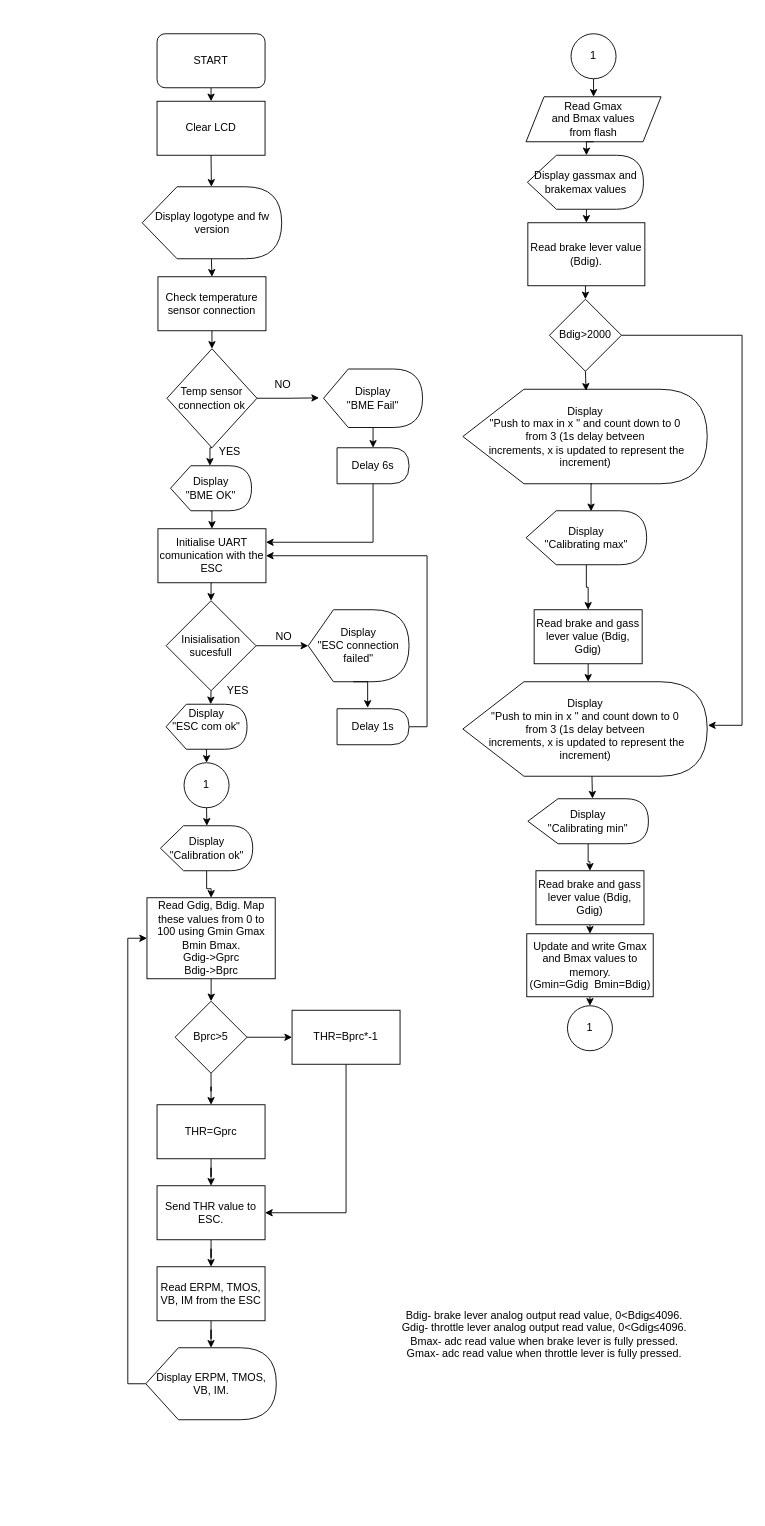
This is Diagram/Scooter UI.drawio from astra404/blockdiagram, a draw.io file, before an edit. Source tidied: cells renumbered, new cells numbered last; positions are measured from the earlier drawing's top-left corner, leaving out a move shared by most shapes. Both pictures are drawn from the tidied source at 90%, with x=0, y=0 at pixel (142, 33).
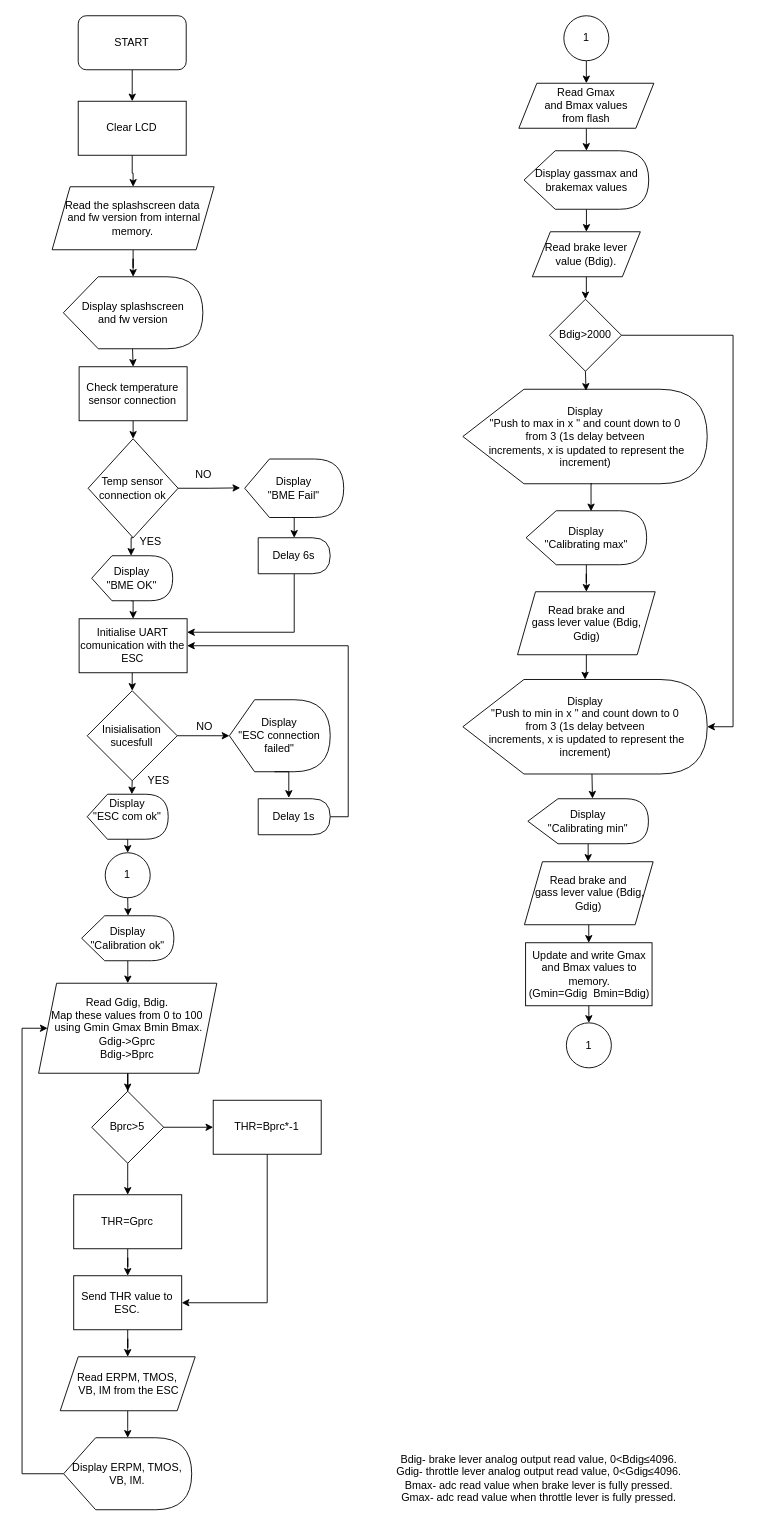
The same page after the edit.

The change refers to these unchanged cells:
```xml
<mxCell id="32" value="Bdig&amp;gt;2000" style="rhombus;whiteSpace=wrap;html=1;" parent="1" vertex="1">
  <mxGeometry x="452" y="295" width="80" height="80" as="geometry" />
</mxCell>
<mxCell id="37" value="&lt;div&gt;Display&lt;/div&gt;&lt;div&gt;&quot;Calibrating max&quot;&lt;br&gt;&lt;/div&gt;" style="shape=display;whiteSpace=wrap;html=1;" parent="1" vertex="1">
  <mxGeometry x="426" y="530" width="134" height="60" as="geometry" />
</mxCell>
<mxCell id="44" value="&lt;div&gt;Display&lt;/div&gt;&lt;div&gt;&quot;Calibrating min&quot;&lt;br&gt;&lt;/div&gt;" style="shape=display;whiteSpace=wrap;html=1;" parent="1" vertex="1">
  <mxGeometry x="428" y="850" width="134" height="50" as="geometry" />
</mxCell>
```

The edit, as a diff of the source:
```diff
@@
     <mxCell id="3" value="START" style="rounded=1;whiteSpace=wrap;html=1;" parent="1" vertex="1">
-      <mxGeometry x="16" width="120" height="60" as="geometry" />
+      <mxGeometry x="-71.6" y="-20" width="120" height="60" as="geometry" />
     </mxCell>
+    <mxCell id="80" style="edgeStyle=orthogonalEdgeStyle;rounded=0;jettySize=auto;html=1;" parent="1" edge="1" source="4" target="84">
+      <mxGeometry relative="1" as="geometry" />
+    </mxCell>
     <mxCell id="4" value="Clear LCD" style="rounded=0;whiteSpace=wrap;html=1;" parent="1" vertex="1">
-      <mxGeometry x="16" y="75" width="120" height="60" as="geometry" />
+      <mxGeometry x="-71.6" y="75" width="120" height="60" as="geometry" />
     </mxCell>
@@
     <mxCell id="6" value="Check temperature sensor connection" style="rounded=0;whiteSpace=wrap;html=1;" parent="1" vertex="1">
-      <mxGeometry x="17" y="270" width="120" height="60" as="geometry" />
+      <mxGeometry x="-70.6" y="370" width="120" height="60" as="geometry" />
     </mxCell>
     <mxCell id="7" style="edgeStyle=orthogonalEdgeStyle;rounded=0;jettySize=auto;html=1;exitX=1;exitY=0.5;exitDx=0;exitDy=0;" parent="1" edge="1" source="8">
       <mxGeometry relative="1" as="geometry">
-        <mxPoint x="196" y="404.6" as="targetPoint" />
+        <mxPoint x="108.4" y="504.6" as="targetPoint" />
       </mxGeometry>
     </mxCell>
     <mxCell id="8" value="Temp sensor connection ok" style="rhombus;whiteSpace=wrap;html=1;" parent="1" vertex="1">
-      <mxGeometry x="27" y="350" width="100" height="110" as="geometry" />
+      <mxGeometry x="-60.6" y="450" width="100" height="110" as="geometry" />
     </mxCell>
@@
-    <mxCell id="10" value="Display logotype and fw version" style="shape=display;whiteSpace=wrap;html=1;" parent="1" vertex="1">
-      <mxGeometry x="-0.5" y="170" width="155" height="80" as="geometry" />
+    <mxCell id="10" value="&lt;div&gt;Display splashscreen &lt;br&gt;&lt;/div&gt;&lt;div&gt;and fw version&lt;/div&gt;" style="shape=display;whiteSpace=wrap;html=1;" parent="1" vertex="1">
+      <mxGeometry x="-88.1" y="270" width="155" height="80" as="geometry" />
     </mxCell>
@@
     <mxCell id="12" value="&lt;div&gt;Display &lt;br&gt;&lt;/div&gt;&lt;div&gt;&quot;BME Fail&quot;&lt;/div&gt;" style="shape=display;whiteSpace=wrap;html=1;" parent="1" vertex="1">
-      <mxGeometry x="201" y="372.5" width="110" height="65" as="geometry" />
+      <mxGeometry x="113.4" y="472.5" width="110" height="65" as="geometry" />
     </mxCell>
@@
     <mxCell id="14" value="Delay 6s" style="shape=delay;whiteSpace=wrap;html=1;" parent="1" vertex="1">
-      <mxGeometry x="216" y="460" width="80" height="40" as="geometry" />
+      <mxGeometry x="128.4" y="560" width="80" height="40" as="geometry" />
     </mxCell>
@@
     <mxCell id="16" value="&lt;br&gt;&lt;div&gt;Display &lt;br&gt;&lt;/div&gt;&lt;div&gt;&quot;BME OK&quot;&lt;/div&gt;&lt;div&gt;&lt;br/&gt;&lt;/div&gt;" style="shape=display;whiteSpace=wrap;html=1;" parent="1" vertex="1">
-      <mxGeometry x="31" y="480" width="90" height="50" as="geometry" />
+      <mxGeometry x="-56.6" y="580" width="90" height="50" as="geometry" />
     </mxCell>
@@
     <mxCell id="18" value="Initialise UART comunication with the ESC" style="rounded=0;whiteSpace=wrap;html=1;" parent="1" vertex="1">
-      <mxGeometry x="17" y="550" width="120" height="60" as="geometry" />
+      <mxGeometry x="-70.6" y="650" width="120" height="60" as="geometry" />
     </mxCell>
     <mxCell id="19" value="Inisialisation sucesfull" style="rhombus;whiteSpace=wrap;html=1;" parent="1" vertex="1">
-      <mxGeometry x="26" y="630" width="100" height="100" as="geometry" />
+      <mxGeometry x="-61.6" y="730" width="100" height="100" as="geometry" />
     </mxCell>
     <mxCell id="20" value="&lt;div&gt;Display &lt;br&gt;&lt;/div&gt;&lt;div&gt;&quot;ESC connection failed&quot;&lt;/div&gt;" style="shape=display;whiteSpace=wrap;html=1;" parent="1" vertex="1">
-      <mxGeometry x="184" y="640" width="112" height="80" as="geometry" />
+      <mxGeometry x="96.4" y="740" width="112" height="80" as="geometry" />
     </mxCell>
@@
     <mxCell id="22" value="Delay 1s" style="shape=delay;whiteSpace=wrap;html=1;" parent="1" vertex="1">
-      <mxGeometry x="216" y="750" width="80" height="40" as="geometry" />
+      <mxGeometry x="128.4" y="850" width="80" height="40" as="geometry" />
     </mxCell>
@@
     <mxCell id="24" value="&lt;br&gt;&lt;div&gt;Display &lt;br&gt;&lt;/div&gt;&lt;div&gt;&quot;ESC com ok&quot;&lt;/div&gt;&lt;div&gt;&lt;br&gt;&lt;br&gt;&lt;/div&gt;" style="shape=display;whiteSpace=wrap;html=1;" parent="1" vertex="1">
-      <mxGeometry x="26" y="745" width="90" height="50" as="geometry" />
+      <mxGeometry x="-61.6" y="845" width="90" height="50" as="geometry" />
     </mxCell>
+    <mxCell id="61" style="edgeStyle=orthogonalEdgeStyle;rounded=0;jettySize=auto;html=1;" parent="1" edge="1" source="25" target="27">
+      <mxGeometry relative="1" as="geometry" />
+    </mxCell>
     <mxCell id="25" value="&lt;div&gt;Read Gmax &lt;br&gt;&lt;/div&gt;&lt;div&gt;and Bmax values &lt;br&gt;&lt;/div&gt;&lt;div&gt;from flash&lt;/div&gt;" style="shape=parallelogram;perimeter=parallelogramPerimeter;whiteSpace=wrap;html=1;fixedSize=1;" parent="1" vertex="1">
-      <mxGeometry x="426" y="70" width="150" height="50" as="geometry" />
+      <mxGeometry x="418" y="55" width="150" height="50" as="geometry" />
     </mxCell>
-    <mxCell id="26" style="edgeStyle=orthogonalEdgeStyle;rounded=0;jettySize=auto;html=1;exitX=0;exitY=0;exitDx=65.625;exitDy=60;exitPerimeter=0;entryX=0.5;entryY=0;entryDx=0;entryDy=0;" parent="1" edge="1" source="27" target="29">
+    <mxCell id="26" style="edgeStyle=orthogonalEdgeStyle;rounded=0;jettySize=auto;html=1;" parent="1" edge="1" source="27" target="29">
       <mxGeometry relative="1" as="geometry" />
     </mxCell>
     <mxCell id="27" value="Display gassmax and brakemax values " style="shape=display;whiteSpace=wrap;html=1;" parent="1" vertex="1">
-      <mxGeometry x="427.5" y="135" width="129" height="60" as="geometry" />
+      <mxGeometry x="423.8" y="130" width="138.5" height="65" as="geometry" />
     </mxCell>
-    <mxCell id="28" style="edgeStyle=orthogonalEdgeStyle;rounded=0;jettySize=auto;html=1;exitX=0.5;exitY=1;exitDx=0;exitDy=0;entryX=0.5;entryY=0;entryDx=0;entryDy=0;" parent="1" edge="1" source="29" target="32">
-      <mxGeometry relative="1" as="geometry" />
-    </mxCell>
-    <mxCell id="29" value="Read brake lever value (Bdig)." style="rounded=0;whiteSpace=wrap;html=1;" parent="1" vertex="1">
-      <mxGeometry x="428" y="210" width="130" height="70" as="geometry" />
-    </mxCell>
     <mxCell id="30" value="&lt;div&gt;Bdig- brake lever analog output read value, 0&amp;lt;Bdig≤&lt;span class=&quot;ILfuVd&quot; lang=&quot;en&quot;&gt;4096&lt;/span&gt;.&lt;/div&gt;&lt;div&gt;Gdig- throttle lever analog output read value, 0&amp;lt;Gdig≤4096.&lt;/div&gt;&lt;div&gt;Bmax- adc read value when brake lever is fully pressed.&lt;/div&gt;&lt;div&gt;Gmax- adc read value when throttle lever is fully pressed.&lt;/div&gt;" style="text;html=1;align=center;verticalAlign=middle;strokeColor=none;fillColor=none;" parent="1" vertex="1">
-      <mxGeometry x="276" y="1410" width="340" height="70" as="geometry" />
+      <mxGeometry x="270" y="1570" width="340" height="70" as="geometry" />
     </mxCell>
-    <mxCell id="31" style="edgeStyle=orthogonalEdgeStyle;rounded=0;jettySize=auto;html=1;exitX=1;exitY=0.5;exitDx=0;exitDy=0;entryX=1.003;entryY=0.461;entryDx=0;entryDy=0;entryPerimeter=0;" parent="1" edge="1" source="32" target="42">
-      <mxGeometry relative="1" as="geometry">
-        <Array as="points">
-          <mxPoint x="666" y="335" />
-          <mxPoint x="666" y="768" />
-        </Array>
-      </mxGeometry>
-    </mxCell>
@@
     <mxCell id="35" value="1" style="ellipse;whiteSpace=wrap;html=1;" parent="1" vertex="1">
-      <mxGeometry x="476" width="50" height="50" as="geometry" />
+      <mxGeometry x="468" y="-20" width="50" height="50" as="geometry" />
     </mxCell>
-    <mxCell id="36" style="edgeStyle=orthogonalEdgeStyle;rounded=0;jettySize=auto;html=1;" parent="1" edge="1" source="37" target="39">
-      <mxGeometry relative="1" as="geometry" />
-    </mxCell>
+    <mxCell id="81" style="edgeStyle=orthogonalEdgeStyle;rounded=0;jettySize=auto;html=1;" parent="1" edge="1" source="37" target="86">
+      <mxGeometry relative="1" as="geometry" />
+    </mxCell>
@@
-    <mxCell id="38" style="edgeStyle=orthogonalEdgeStyle;rounded=0;jettySize=auto;html=1;" parent="1" edge="1" source="39" target="42">
-      <mxGeometry relative="1" as="geometry">
-        <Array as="points">
-          <mxPoint x="496" y="700" />
-          <mxPoint x="496" y="700" />
-        </Array>
-      </mxGeometry>
-    </mxCell>
-    <mxCell id="39" value="Read brake and gass lever value (Bdig, Gdig)" style="rounded=0;whiteSpace=wrap;html=1;" parent="1" vertex="1">
-      <mxGeometry x="435" y="640" width="120" height="60" as="geometry" />
-    </mxCell>
@@
     <mxCell id="41" value="&lt;div&gt;Update and write Gmax and Bmax values to memory.&lt;/div&gt;&lt;div&gt;(Gmin=Gdig&amp;nbsp; Bmin=Bdig)&lt;br&gt;&lt;/div&gt;" style="rounded=0;whiteSpace=wrap;html=1;" parent="1" vertex="1">
-      <mxGeometry x="426.8" y="1000" width="140.5" height="70" as="geometry" />
+      <mxGeometry x="425.5" y="1010" width="140.5" height="70" as="geometry" />
     </mxCell>
     <mxCell id="42" value="&lt;div&gt;Display &lt;br&gt;&lt;/div&gt;&lt;div&gt;&quot;Push to min in x &quot; and count down to 0 &lt;br&gt;&lt;/div&gt;&lt;div&gt;from 3 (1s delay betveen&lt;/div&gt;&lt;div&gt;&amp;nbsp;increments, x is updated to represent the increment)&lt;/div&gt;" style="shape=display;whiteSpace=wrap;html=1;" parent="1" vertex="1">
-      <mxGeometry x="355.8" y="720" width="271.5" height="105" as="geometry" />
+      <mxGeometry x="355.8" y="717.5" width="271.5" height="105" as="geometry" />
     </mxCell>
-    <mxCell id="43" style="edgeStyle=orthogonalEdgeStyle;rounded=0;jettySize=auto;html=1;" parent="1" edge="1" source="44" target="46">
-      <mxGeometry relative="1" as="geometry" />
-    </mxCell>
+    <mxCell id="82" style="edgeStyle=orthogonalEdgeStyle;rounded=0;jettySize=auto;html=1;" parent="1" edge="1" source="44" target="88">
+      <mxGeometry relative="1" as="geometry" />
+    </mxCell>
@@
-    <mxCell id="45" style="edgeStyle=orthogonalEdgeStyle;rounded=0;jettySize=auto;html=1;exitX=0.5;exitY=1;exitDx=0;exitDy=0;entryX=0.5;entryY=0;entryDx=0;entryDy=0;" parent="1" edge="1" source="46" target="41">
-      <mxGeometry relative="1" as="geometry" />
-    </mxCell>
-    <mxCell id="46" value="Read brake and gass lever value (Bdig, Gdig)" style="rounded=0;whiteSpace=wrap;html=1;" parent="1" vertex="1">
-      <mxGeometry x="437" y="930" width="120" height="60" as="geometry" />
-    </mxCell>
     <mxCell id="47" value="1" style="ellipse;whiteSpace=wrap;html=1;" parent="1" vertex="1">
-      <mxGeometry x="472" y="1080" width="50" height="50" as="geometry" />
+      <mxGeometry x="470.8" y="1099" width="50" height="50" as="geometry" />
     </mxCell>
     <mxCell id="48" value="1" style="ellipse;whiteSpace=wrap;html=1;" parent="1" vertex="1">
-      <mxGeometry x="46" y="810" width="50" height="50" as="geometry" />
+      <mxGeometry x="-41.6" y="910" width="50" height="50" as="geometry" />
     </mxCell>
@@
     <mxCell id="50" value="Display &quot;Calibration ok&quot;" style="shape=display;whiteSpace=wrap;html=1;" parent="1" vertex="1">
-      <mxGeometry x="19.8" y="880" width="102.5" height="50" as="geometry" />
+      <mxGeometry x="-67.8" y="980" width="102.5" height="50" as="geometry" />
     </mxCell>
-    <mxCell id="51" style="edgeStyle=orthogonalEdgeStyle;rounded=0;jettySize=auto;html=1;exitX=0.5;exitY=1;exitDx=0;exitDy=0;entryX=0;entryY=0;entryDx=76.875;entryDy=0;entryPerimeter=0;" parent="1" edge="1" source="4" target="10">
-      <mxGeometry relative="1" as="geometry" />
-    </mxCell>
@@
     <mxCell id="55" value="YES" style="text;html=1;align=center;verticalAlign=middle;whiteSpace=wrap;rounded=0;" parent="1" vertex="1">
-      <mxGeometry x="67" y="450" width="60" height="30" as="geometry" />
+      <mxGeometry x="-20.6" y="550" width="60" height="30" as="geometry" />
     </mxCell>
     <mxCell id="56" value="NO" style="text;html=1;align=center;verticalAlign=middle;whiteSpace=wrap;rounded=0;" parent="1" vertex="1">
-      <mxGeometry x="126" y="375" width="60" height="30" as="geometry" />
+      <mxGeometry x="38.4" y="475" width="60" height="30" as="geometry" />
     </mxCell>
@@
     <mxCell id="58" value="NO" style="text;html=1;align=center;verticalAlign=middle;whiteSpace=wrap;rounded=0;" parent="1" vertex="1">
-      <mxGeometry x="127" y="655" width="60" height="30" as="geometry" />
+      <mxGeometry x="39.4" y="755" width="60" height="30" as="geometry" />
     </mxCell>
     <mxCell id="59" value="YES" style="text;html=1;align=center;verticalAlign=middle;whiteSpace=wrap;rounded=0;" parent="1" vertex="1">
-      <mxGeometry x="76" y="715" width="60" height="30" as="geometry" />
+      <mxGeometry x="-11.6" y="815" width="60" height="30" as="geometry" />
     </mxCell>
@@
-    <mxCell id="61" style="edgeStyle=orthogonalEdgeStyle;rounded=0;jettySize=auto;html=1;exitX=0.5;exitY=1;exitDx=0;exitDy=0;entryX=0;entryY=0;entryDx=65.625;entryDy=0;entryPerimeter=0;" parent="1" edge="1" source="25" target="27">
-      <mxGeometry relative="1" as="geometry" />
-    </mxCell>
@@
-    <mxCell id="65" style="edgeStyle=orthogonalEdgeStyle;rounded=0;jettySize=auto;html=1;" parent="1" edge="1" source="66" target="69">
-      <mxGeometry relative="1" as="geometry" />
-    </mxCell>
-    <mxCell id="66" value="&lt;div&gt;Read Gdig, Bdig. Map these values from 0 to 100 using Gmin Gmax Bmin Bmax.&lt;/div&gt;&lt;div&gt;Gdig-&amp;gt;Gprc&lt;/div&gt;&lt;div&gt;Bdig-&amp;gt;Bprc&lt;br&gt;&lt;/div&gt;" style="rounded=0;whiteSpace=wrap;html=1;" parent="1" vertex="1">
-      <mxGeometry x="4.8" y="960" width="142.5" height="90" as="geometry" />
-    </mxCell>
@@
     <mxCell id="69" value="Bprc&amp;gt;5" style="rhombus;whiteSpace=wrap;html=1;" parent="1" vertex="1">
-      <mxGeometry x="36" y="1075" width="80" height="80" as="geometry" />
+      <mxGeometry x="-56.6" y="1175" width="80" height="80" as="geometry" />
     </mxCell>
@@
     <mxCell id="71" value="THR=Bprc*-1" style="rounded=0;whiteSpace=wrap;html=1;" parent="1" vertex="1">
-      <mxGeometry x="166" y="1085" width="120" height="60" as="geometry" />
+      <mxGeometry x="78.4" y="1185" width="120" height="60" as="geometry" />
     </mxCell>
@@
     <mxCell id="73" value="THR=Gprc" style="rounded=0;whiteSpace=wrap;html=1;" parent="1" vertex="1">
-      <mxGeometry x="16" y="1190" width="120" height="60" as="geometry" />
+      <mxGeometry x="-76.6" y="1290" width="120" height="60" as="geometry" />
     </mxCell>
@@
     <mxCell id="75" value="Send THR value to ESC." style="rounded=0;whiteSpace=wrap;html=1;" parent="1" vertex="1">
-      <mxGeometry x="16" y="1280" width="120" height="60" as="geometry" />
+      <mxGeometry x="-76.6" y="1380" width="120" height="60" as="geometry" />
     </mxCell>
+    <mxCell id="78" style="edgeStyle=orthogonalEdgeStyle;rounded=0;jettySize=auto;html=1;exitX=0;exitY=0.5;exitDx=0;exitDy=0;exitPerimeter=0;" parent="1" edge="1" source="79" target="66">
+      <mxGeometry relative="1" as="geometry">
+        <Array as="points">
+          <mxPoint x="-134" y="1600" />
+          <mxPoint x="-134" y="1105" />
+        </Array>
+      </mxGeometry>
+    </mxCell>
+    <mxCell id="79" value="Display ERPM, TMOS, VB, IM." style="shape=display;whiteSpace=wrap;html=1;" parent="1" vertex="1">
+      <mxGeometry x="-87.8" y="1560" width="142.3" height="80" as="geometry" />
+    </mxCell>
+    <mxCell id="83" style="edgeStyle=orthogonalEdgeStyle;rounded=0;jettySize=auto;html=1;" parent="1" edge="1" source="84" target="10">
+      <mxGeometry relative="1" as="geometry" />
+    </mxCell>
+    <mxCell id="84" value="&lt;div&gt;Read the splashscreen data&lt;/div&gt;&lt;div&gt;&amp;nbsp;and fw version from internal memory.&lt;/div&gt;" style="shape=parallelogram;perimeter=parallelogramPerimeter;whiteSpace=wrap;html=1;fixedSize=1;" parent="1" vertex="1">
+      <mxGeometry x="-100.6" y="170" width="180" height="70" as="geometry" />
+    </mxCell>
+    <mxCell id="65" style="edgeStyle=orthogonalEdgeStyle;rounded=0;jettySize=auto;html=1;" parent="1" edge="1" source="66" target="69">
+      <mxGeometry relative="1" as="geometry" />
+    </mxCell>
+    <mxCell id="66" value="&lt;br&gt;&lt;div&gt;Read Gdig, Bdig. &lt;br&gt;&lt;/div&gt;&lt;div&gt;Map these values from 0 to 100&lt;/div&gt;&lt;div&gt;&amp;nbsp;using Gmin Gmax Bmin Bmax.&lt;/div&gt;&lt;div&gt;Gdig-&amp;gt;Gprc&lt;/div&gt;&lt;div&gt;Bdig-&amp;gt;Bprc&lt;br&gt;&lt;/div&gt;&lt;div&gt;&lt;br/&gt;&lt;/div&gt;" style="shape=parallelogram;perimeter=parallelogramPerimeter;whiteSpace=wrap;html=1;fixedSize=1;" parent="1" vertex="1">
+      <mxGeometry x="-115.6" y="1055" width="198" height="100" as="geometry" />
+    </mxCell>
@@
-    <mxCell id="77" value="Read ERPM, TMOS, VB, IM from the ESC" style="rounded=0;whiteSpace=wrap;html=1;" parent="1" vertex="1">
-      <mxGeometry x="16" y="1370" width="120" height="60" as="geometry" />
+    <mxCell id="77" value="Read ERPM, TMOS,&lt;div&gt;&amp;nbsp;VB, IM from the ESC&lt;/div&gt;" style="shape=parallelogram;perimeter=parallelogramPerimeter;whiteSpace=wrap;html=1;fixedSize=1;" parent="1" vertex="1">
+      <mxGeometry x="-91.6" y="1470" width="150" height="60" as="geometry" />
     </mxCell>
-    <mxCell id="78" style="edgeStyle=orthogonalEdgeStyle;rounded=0;jettySize=auto;html=1;exitX=0;exitY=0.5;exitDx=0;exitDy=0;exitPerimeter=0;entryX=0;entryY=0.5;entryDx=0;entryDy=0;" parent="1" edge="1" source="79" target="66">
-      <mxGeometry relative="1" as="geometry" />
-    </mxCell>
-    <mxCell id="79" value="Display ERPM, TMOS, VB, IM." style="shape=display;whiteSpace=wrap;html=1;" parent="1" vertex="1">
-      <mxGeometry x="3.5" y="1460" width="145" height="80" as="geometry" />
-    </mxCell>
+    <mxCell id="28" style="edgeStyle=orthogonalEdgeStyle;rounded=0;jettySize=auto;html=1;" parent="1" edge="1" source="29" target="32">
+      <mxGeometry relative="1" as="geometry" />
+    </mxCell>
+    <mxCell id="29" value="Read brake lever value (Bdig)." style="shape=parallelogram;perimeter=parallelogramPerimeter;whiteSpace=wrap;html=1;fixedSize=1;" parent="1" vertex="1">
+      <mxGeometry x="433" y="220" width="120" height="50" as="geometry" />
+    </mxCell>
+    <mxCell id="85" style="edgeStyle=orthogonalEdgeStyle;rounded=0;jettySize=auto;html=1;" parent="1" edge="1" source="86" target="42">
+      <mxGeometry relative="1" as="geometry" />
+    </mxCell>
+    <mxCell id="86" value="Read brake and &lt;br&gt;&lt;div&gt;gass lever value (Bdig, Gdig)&lt;/div&gt;" style="shape=parallelogram;perimeter=parallelogramPerimeter;whiteSpace=wrap;html=1;fixedSize=1;" parent="1" vertex="1">
+      <mxGeometry x="416.5" y="620" width="153" height="70" as="geometry" />
+    </mxCell>
+    <mxCell id="31" style="edgeStyle=orthogonalEdgeStyle;rounded=0;jettySize=auto;html=1;exitX=1;exitY=0.5;exitDx=0;exitDy=0;entryX=1;entryY=0.5;entryDx=0;entryDy=0;entryPerimeter=0;" parent="1" edge="1" source="32" target="42">
+      <mxGeometry relative="1" as="geometry">
+        <Array as="points">
+          <mxPoint x="656" y="335" />
+          <mxPoint x="656" y="770" />
+        </Array>
+      </mxGeometry>
+    </mxCell>
+    <mxCell id="87" style="edgeStyle=orthogonalEdgeStyle;rounded=0;jettySize=auto;html=1;" parent="1" edge="1" source="88" target="41">
+      <mxGeometry relative="1" as="geometry" />
+    </mxCell>
+    <mxCell id="88" value="&lt;div&gt;Read brake and&lt;/div&gt;&lt;div&gt;&amp;nbsp;gass lever value (Bdig, Gdig)&lt;/div&gt;" style="shape=parallelogram;perimeter=parallelogramPerimeter;whiteSpace=wrap;html=1;fixedSize=1;" parent="1" vertex="1">
+      <mxGeometry x="424.2" y="920" width="143" height="70" as="geometry" />
+    </mxCell>
```
